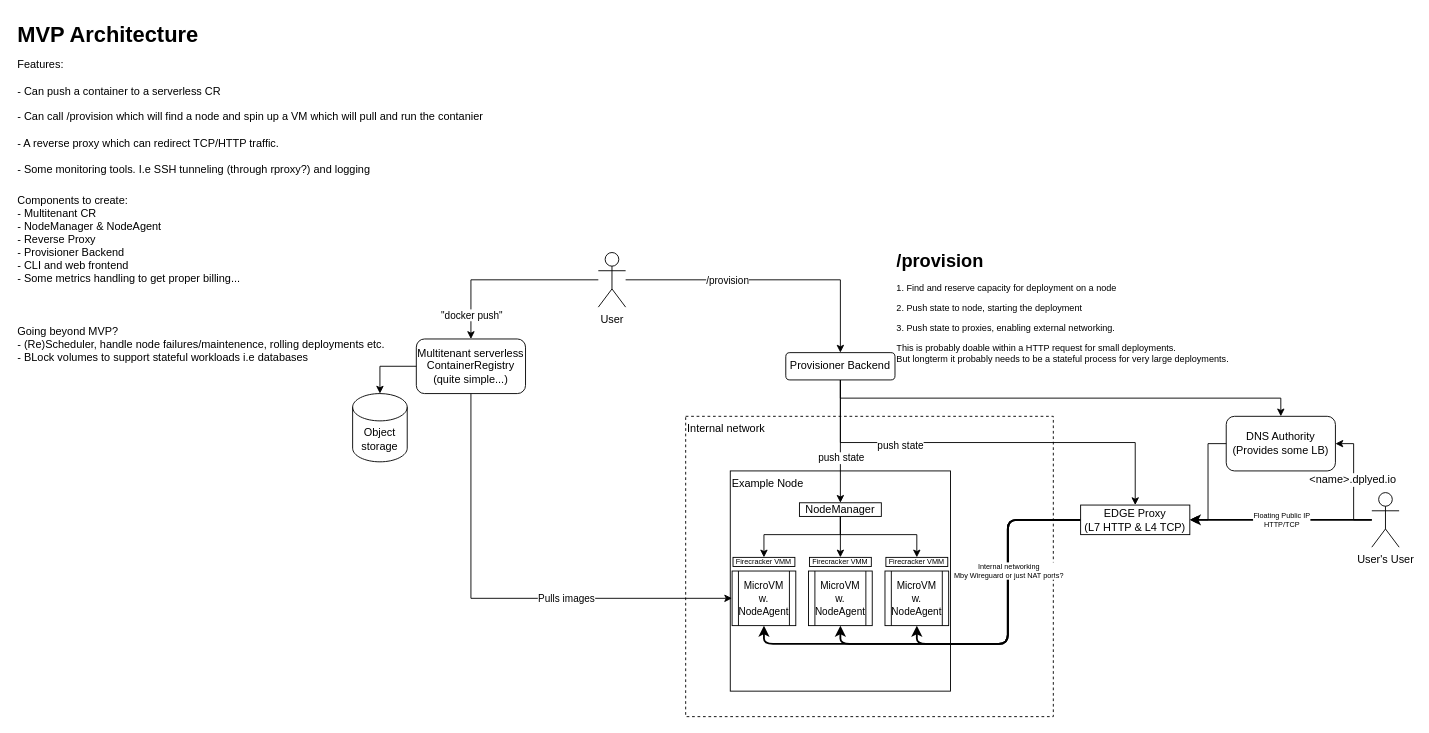
This is architecture.drawio from cachpachios/container-infra, a draw.io file, before an edit. Source tidied: cells renumbered, new cells numbered last; positions are measured from the earlier drawing's top-left corner, leaving out a move shared by most shapes. Both pictures are drawn from the tidied source at 91%, with x=0, y=0 at pixel (15, 15).
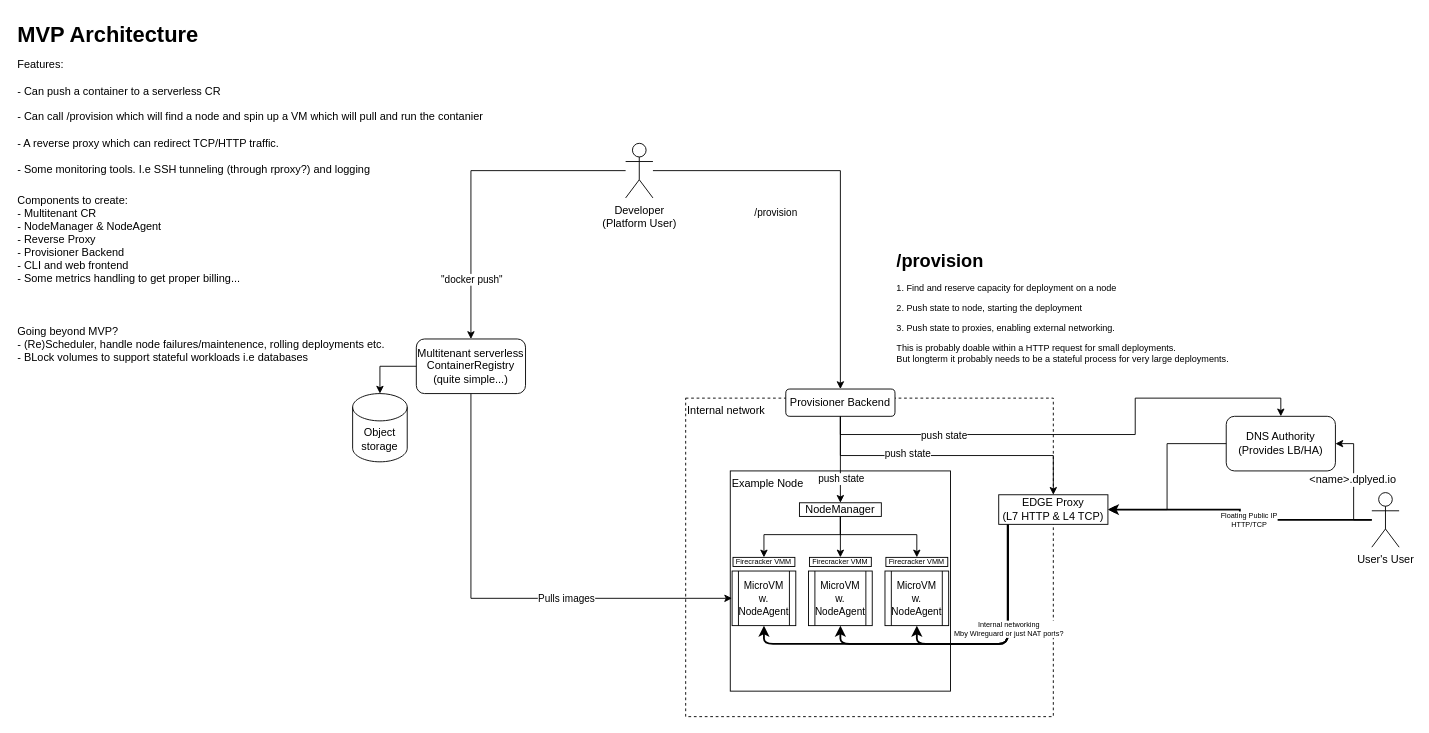
Above is the later version.

Unchanged cells that the change refers to:
```xml
<mxCell id="10" style="edgeStyle=orthogonalEdgeStyle;rounded=0;jettySize=auto;html=1;exitX=0.5;exitY=1;exitDx=0;exitDy=0;" parent="1" edge="1" source="13" target="23">
  <mxGeometry relative="1" as="geometry" />
</mxCell>
```

The edit, as a diff of the source:
```diff
@@
     <mxCell id="2" value="Internal network&lt;div&gt;&lt;br/&gt;&lt;/div&gt;" style="rounded=0;whiteSpace=wrap;html=1;dashed=1;fillColor=none;align=left;verticalAlign=top;" parent="1" vertex="1">
-      <mxGeometry x="736" y="440" width="404" height="330" as="geometry" />
+      <mxGeometry x="736" y="420" width="404" height="350" as="geometry" />
     </mxCell>
@@
     <mxCell id="11" value="push state" style="edgeLabel;html=1;align=center;verticalAlign=middle;" parent="10" vertex="1">
       <mxGeometry x="-0.45" y="-3" relative="1" as="geometry">
-        <mxPoint x="7" as="offset" />
+        <mxPoint x="29" y="-6" as="offset" />
       </mxGeometry>
     </mxCell>
     <mxCell id="12" style="edgeStyle=orthogonalEdgeStyle;rounded=0;jettySize=auto;html=1;entryX=0.5;entryY=0;entryDx=0;entryDy=0;fontFamily=Helvetica;fontSize=12;fontColor=default;exitX=0.5;exitY=1;exitDx=0;exitDy=0;" parent="1" edge="1" source="13" target="43">
-      <mxGeometry relative="1" as="geometry" />
+      <mxGeometry relative="1" as="geometry">
+        <Array as="points">
+          <mxPoint x="906" y="460" />
+          <mxPoint x="1230" y="460" />
+          <mxPoint x="1230" y="420" />
+          <mxPoint x="1390" y="420" />
+        </Array>
+      </mxGeometry>
     </mxCell>
+    <mxCell id="44" value="push state" style="edgeLabel;html=1;align=center;verticalAlign=middle;" parent="12" vertex="1">
+      <mxGeometry x="-0.53" y="-4" relative="1" as="geometry">
+        <mxPoint y="-4" as="offset" />
+      </mxGeometry>
+    </mxCell>
     <mxCell id="13" value="Provisioner Backend" style="rounded=1;whiteSpace=wrap;html=1;" parent="1" vertex="1">
-      <mxGeometry x="846" y="370" width="120" height="30" as="geometry" />
+      <mxGeometry x="846" y="410" width="120" height="30" as="geometry" />
     </mxCell>
@@
-    <mxCell id="18" value="User" style="shape=umlActor;verticalLabelPosition=bottom;verticalAlign=top;html=1;outlineConnect=0;" parent="1" vertex="1">
-      <mxGeometry x="640" y="260" width="30" height="60" as="geometry" />
+    <mxCell id="18" value="Developer&lt;br&gt;(Platform User)" style="shape=umlActor;verticalLabelPosition=bottom;verticalAlign=top;html=1;outlineConnect=0;" parent="1" vertex="1">
+      <mxGeometry x="670" y="140" width="30" height="60" as="geometry" />
     </mxCell>
@@
     <mxCell id="23" value="EDGE Proxy&lt;div&gt;(L7 HTTP &amp;amp; L4 TCP)&lt;/div&gt;" style="rounded=0;whiteSpace=wrap;html=1;" parent="1" vertex="1">
-      <mxGeometry x="1170" y="537.5" width="120" height="32.5" as="geometry" />
+      <mxGeometry x="1080" y="526.2" width="120" height="32.5" as="geometry" />
     </mxCell>
@@
-    <mxCell id="43" value="DNS Authority&lt;br&gt;(Provides some&amp;nbsp;&lt;span style=&quot;background-color: transparent; color: light-dark(rgb(0, 0, 0), rgb(255, 255, 255));&quot;&gt;LB)&lt;/span&gt;" style="rounded=1;whiteSpace=wrap;html=1;strokeColor=default;align=center;verticalAlign=middle;fontFamily=Helvetica;fontSize=12;fontColor=default;fillColor=none;" parent="1" vertex="1">
+    <mxCell id="43" value="DNS Authority&lt;br&gt;(Provides&amp;nbsp;&lt;span style=&quot;background-color: transparent; color: light-dark(rgb(0, 0, 0), rgb(255, 255, 255));&quot;&gt;LB/HA)&lt;/span&gt;" style="rounded=1;whiteSpace=wrap;html=1;strokeColor=default;align=center;verticalAlign=middle;fontFamily=Helvetica;fontSize=12;fontColor=default;fillColor=none;" parent="1" vertex="1">
       <mxGeometry x="1330" y="440" width="120" height="60" as="geometry" />
     </mxCell>
```
